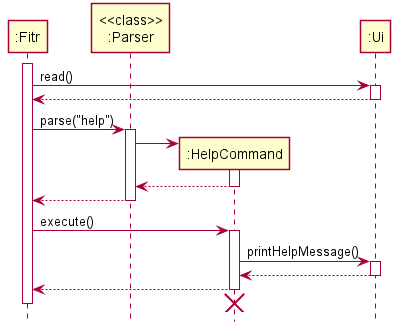
Earlier version of the PlantUML export docs/images/HelpCommandSequenceDiagram.png (nus-cs2113-AY2021S1/tp).
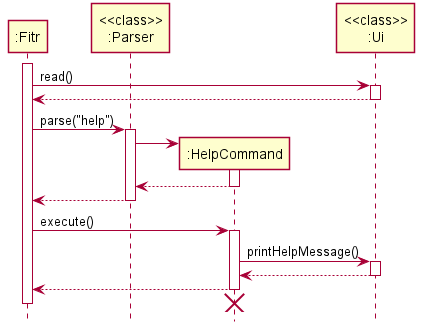
After the commit.

Diff of the diagram source:
```diff
@@ -6,10 +6,10 @@
 participant ":HelpCommand"
 
 activate ":Fitr"
-":Fitr" -> ":Ui" : read()
-activate ":Ui"
-":Fitr" <-- ":Ui"
-deactivate ":Ui"
+":Fitr" -> "<<class>>\n:Ui" : read()
+activate "<<class>>\n:Ui"
+":Fitr" <-- "<<class>>\n:Ui"
+deactivate "<<class>>\n:Ui"
 
 ":Fitr" -> "<<class>>\n:Parser" : parse("help")
 activate "<<class>>\n:Parser"
@@ -22,8 +22,8 @@
 
 ":Fitr" -> ":HelpCommand" : execute()
 activate ":HelpCommand"
-":HelpCommand" -> ":Ui" : printHelpMessage()
-activate ":Ui"
+":HelpCommand" -> "<<class>>\n:Ui" : printHelpMessage()
+activate "<<class>>\n:Ui"
 return
 
 ":HelpCommand" --> ":Fitr"
```
